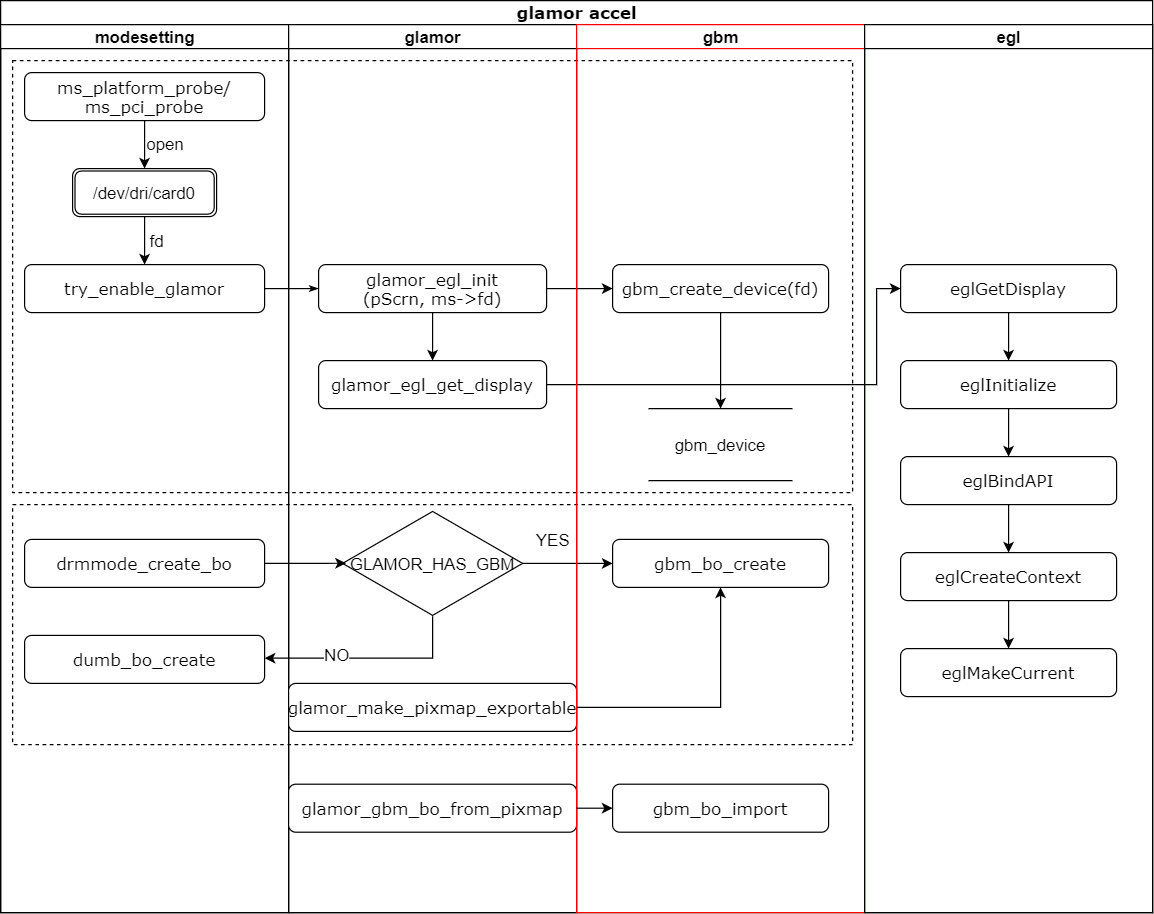
Before: source/_posts/glamor/glamor_sequence.png, a diagram exported from draw.io (lucmann/lucmann.github.io). Source tidied: cells renumbered, new cells last; positions are measured from the earlier drawing's top-left corner, leaving out a move shared by most shapes. The source it was exported from:
```xml
<mxGraphModel>
  <root>
    <mxCell id="0" />
    <mxCell id="1" parent="0" />
    <mxCell id="2" style="rounded=0;whiteSpace=wrap;html=1;dashed=1;fontSize=14;" parent="1" vertex="1">
      <mxGeometry x="10" y="420" width="700" height="200" as="geometry" />
    </mxCell>
    <mxCell id="3" style="rounded=0;whiteSpace=wrap;html=1;fontSize=14;dashed=1;" parent="1" vertex="1">
      <mxGeometry x="10" y="50" width="700" height="360" as="geometry" />
    </mxCell>
    <mxCell id="4" value="&lt;font style=&quot;font-size: 14px;&quot;&gt;glamor accel&lt;/font&gt;" style="swimlane;html=1;startSize=20;rounded=0;shadow=0;labelBackgroundColor=none;strokeWidth=1;fontFamily=Verdana;fontSize=14;align=center;" parent="1" vertex="1">
      <mxGeometry width="960" height="760" as="geometry" />
    </mxCell>
    <mxCell id="5" value="&lt;font style=&quot;font-size: 14px;&quot;&gt;modesetting&lt;/font&gt;" style="swimlane;html=1;startSize=20;fontSize=14;" parent="4" vertex="1">
      <mxGeometry y="20" width="240" height="740" as="geometry" />
    </mxCell>
    <mxCell id="6" value="&lt;font style=&quot;font-size: 14px;&quot;&gt;try_enable_glamor&lt;/font&gt;" style="rounded=1;whiteSpace=wrap;html=1;shadow=0;labelBackgroundColor=none;strokeWidth=1;fontFamily=Verdana;fontSize=14;align=center;" parent="5" vertex="1">
      <mxGeometry x="20" y="200" width="200" height="40" as="geometry" />
    </mxCell>
    <mxCell id="7" value="drmmode_create_bo" style="rounded=1;whiteSpace=wrap;html=1;shadow=0;labelBackgroundColor=none;strokeWidth=1;fontFamily=Verdana;fontSize=14;align=center;" parent="5" vertex="1">
      <mxGeometry x="20" y="429" width="200" height="40" as="geometry" />
    </mxCell>
    <mxCell id="8" value="dumb_bo_create" style="rounded=1;whiteSpace=wrap;html=1;shadow=0;labelBackgroundColor=none;strokeWidth=1;fontFamily=Verdana;fontSize=14;align=center;" parent="5" vertex="1">
      <mxGeometry x="20" y="509" width="200" height="40" as="geometry" />
    </mxCell>
    <mxCell id="9" style="edgeStyle=orthogonalEdgeStyle;rounded=0;jettySize=auto;html=1;exitX=0.5;exitY=1;exitDx=0;exitDy=0;entryX=0.5;entryY=0;entryDx=0;entryDy=0;fontSize=14;" parent="5" edge="1" source="10" target="12">
      <mxGeometry relative="1" as="geometry">
        <Array as="points">
          <mxPoint x="120" y="100" />
          <mxPoint x="120" y="100" />
        </Array>
      </mxGeometry>
    </mxCell>
    <mxCell id="10" value="&lt;font style=&quot;font-size: 14px&quot;&gt;ms_platform_probe/&lt;br&gt;ms_pci_probe&lt;br&gt;&lt;/font&gt;" style="rounded=1;whiteSpace=wrap;html=1;shadow=0;labelBackgroundColor=none;strokeWidth=1;fontFamily=Verdana;fontSize=14;align=center;" parent="5" vertex="1">
      <mxGeometry x="20" y="40" width="200" height="40" as="geometry" />
    </mxCell>
    <mxCell id="11" style="edgeStyle=orthogonalEdgeStyle;rounded=0;jettySize=auto;html=1;exitX=0.5;exitY=1;exitDx=0;exitDy=0;entryX=0.5;entryY=0;entryDx=0;entryDy=0;fontSize=14;" parent="5" edge="1" source="12" target="6">
      <mxGeometry relative="1" as="geometry">
        <Array as="points">
          <mxPoint x="120" y="180" />
          <mxPoint x="120" y="180" />
        </Array>
      </mxGeometry>
    </mxCell>
    <mxCell id="12" value="/dev/dri/card0" style="shape=ext;double=1;rounded=1;whiteSpace=wrap;html=1;fontSize=14;" parent="5" vertex="1">
      <mxGeometry x="60" y="120" width="120" height="40" as="geometry" />
    </mxCell>
    <mxCell id="13" value="open" style="text;html=1;align=center;verticalAlign=middle;fontSize=14;" parent="5" vertex="1">
      <mxGeometry x="112" y="89" width="50" height="20" as="geometry" />
    </mxCell>
    <mxCell id="14" value="&lt;font style=&quot;font-size: 14px&quot;&gt;glamor&lt;/font&gt;" style="swimlane;html=1;startSize=20;fontSize=14;" parent="4" vertex="1">
      <mxGeometry x="240" y="20" width="240" height="740" as="geometry" />
    </mxCell>
    <mxCell id="15" style="edgeStyle=orthogonalEdgeStyle;rounded=0;jettySize=auto;html=1;exitX=0.5;exitY=1;exitDx=0;exitDy=0;entryX=0.5;entryY=0;entryDx=0;entryDy=0;fontSize=14;" parent="14" edge="1" source="16" target="17">
      <mxGeometry relative="1" as="geometry" />
    </mxCell>
    <mxCell id="16" value="glamor_egl_init&lt;br&gt;(pScrn, ms-&amp;gt;fd)" style="rounded=1;whiteSpace=wrap;html=1;shadow=0;labelBackgroundColor=none;strokeWidth=1;fontFamily=Verdana;fontSize=14;align=center;" parent="14" vertex="1">
      <mxGeometry x="25" y="200" width="190" height="40" as="geometry" />
    </mxCell>
    <mxCell id="17" value="glamor_egl_get_display" style="rounded=1;whiteSpace=wrap;html=1;shadow=0;labelBackgroundColor=none;strokeWidth=1;fontFamily=Verdana;fontSize=14;align=center;" parent="14" vertex="1">
      <mxGeometry x="25" y="280" width="190" height="40" as="geometry" />
    </mxCell>
    <mxCell id="18" value="GLAMOR_HAS_GBM" style="html=1;whiteSpace=wrap;shape=isoRectangle;fontSize=14;" parent="14" vertex="1">
      <mxGeometry x="45" y="404" width="150" height="90" as="geometry" />
    </mxCell>
    <mxCell id="19" value="YES" style="text;html=1;align=center;verticalAlign=middle;fontSize=14;" parent="14" vertex="1">
      <mxGeometry x="200" y="419" width="40" height="20" as="geometry" />
    </mxCell>
    <mxCell id="20" value="glamor_make_pixmap_exportable" style="rounded=1;whiteSpace=wrap;html=1;shadow=0;labelBackgroundColor=none;strokeWidth=1;fontFamily=Verdana;fontSize=14;align=center;" parent="14" vertex="1">
      <mxGeometry y="549" width="240" height="40" as="geometry" />
    </mxCell>
    <mxCell id="21" value="glamor_gbm_bo_from_pixmap" style="rounded=1;whiteSpace=wrap;html=1;shadow=0;labelBackgroundColor=none;strokeWidth=1;fontFamily=Verdana;fontSize=14;align=center;" parent="14" vertex="1">
      <mxGeometry y="633" width="240" height="40" as="geometry" />
    </mxCell>
    <mxCell id="22" style="edgeStyle=orthogonalEdgeStyle;rounded=1;html=1;labelBackgroundColor=none;startArrow=none;startFill=0;startSize=5;endArrow=classicThin;endFill=1;endSize=5;jettySize=auto;strokeWidth=1;fontFamily=Verdana;fontSize=14;" parent="4" edge="1" source="6" target="16">
      <mxGeometry relative="1" as="geometry" />
    </mxCell>
    <mxCell id="23" style="edgeStyle=orthogonalEdgeStyle;rounded=0;jettySize=auto;html=1;exitX=1;exitY=0.5;exitDx=0;exitDy=0;entryX=0;entryY=0.5;entryDx=0;entryDy=0;fontSize=14;" parent="4" edge="1" source="16" target="32">
      <mxGeometry relative="1" as="geometry" />
    </mxCell>
    <mxCell id="24" style="edgeStyle=orthogonalEdgeStyle;rounded=0;jettySize=auto;html=1;exitX=1;exitY=0.5;exitDx=0;exitDy=0;entryX=0;entryY=0.5;entryDx=0;entryDy=0;fontSize=14;" parent="4" edge="1" source="17" target="38">
      <mxGeometry relative="1" as="geometry">
        <Array as="points">
          <mxPoint x="730" y="320" />
          <mxPoint x="730" y="240" />
        </Array>
      </mxGeometry>
    </mxCell>
    <mxCell id="25" style="edgeStyle=orthogonalEdgeStyle;rounded=0;jettySize=auto;html=1;entryX=0.019;entryY=0.498;entryDx=0;entryDy=0;entryPerimeter=0;fontSize=14;" parent="4" edge="1" source="7" target="18">
      <mxGeometry relative="1" as="geometry">
        <Array as="points">
          <mxPoint x="270" y="469" />
          <mxPoint x="270" y="469" />
        </Array>
      </mxGeometry>
    </mxCell>
    <mxCell id="26" style="edgeStyle=orthogonalEdgeStyle;rounded=0;jettySize=auto;html=1;entryX=0;entryY=0.5;entryDx=0;entryDy=0;fontSize=14;" parent="4" edge="1" source="18" target="34">
      <mxGeometry relative="1" as="geometry" />
    </mxCell>
    <mxCell id="27" style="edgeStyle=orthogonalEdgeStyle;rounded=0;orthogonalLoop=1;jettySize=auto;html=1;entryX=1;entryY=0.5;entryDx=0;entryDy=0;fontSize=14;" parent="4" edge="1">
      <mxGeometry relative="1" as="geometry">
        <mxPoint x="360" y="513" as="sourcePoint" />
        <mxPoint x="220" y="548" as="targetPoint" />
        <Array as="points">
          <mxPoint x="360" y="548" />
        </Array>
      </mxGeometry>
    </mxCell>
    <mxCell id="28" value="NO" style="edgeLabel;html=1;align=center;verticalAlign=middle;fontSize=14;" parent="27" vertex="1">
      <mxGeometry x="0.33" y="-4" relative="1" as="geometry" />
    </mxCell>
    <mxCell id="29" style="edgeStyle=orthogonalEdgeStyle;rounded=0;jettySize=auto;html=1;entryX=0.5;entryY=1;entryDx=0;entryDy=0;fontSize=14;" parent="4" edge="1" source="20" target="34">
      <mxGeometry relative="1" as="geometry" />
    </mxCell>
    <mxCell id="30" value="&lt;font style=&quot;font-size: 14px&quot;&gt;gbm&lt;/font&gt;" style="swimlane;html=1;startSize=20;fontSize=14;strokeColor=#FF0000;" parent="4" vertex="1">
      <mxGeometry x="480" y="20" width="240" height="740" as="geometry" />
    </mxCell>
    <mxCell id="31" style="edgeStyle=orthogonalEdgeStyle;rounded=0;jettySize=auto;html=1;exitX=0.5;exitY=1;exitDx=0;exitDy=0;entryX=0.5;entryY=0;entryDx=0;entryDy=0;fontSize=14;" parent="30" edge="1" source="32" target="33">
      <mxGeometry relative="1" as="geometry" />
    </mxCell>
    <mxCell id="32" value="gbm_create_device(fd)" style="rounded=1;whiteSpace=wrap;html=1;shadow=0;labelBackgroundColor=none;strokeWidth=1;fontFamily=Verdana;fontSize=14;align=center;" parent="30" vertex="1">
      <mxGeometry x="30" y="200" width="180" height="40" as="geometry" />
    </mxCell>
    <mxCell id="33" value="gbm_device" style="shape=partialRectangle;whiteSpace=wrap;html=1;left=0;right=0;fillColor=none;fontSize=14;" parent="30" vertex="1">
      <mxGeometry x="60" y="320" width="120" height="60" as="geometry" />
    </mxCell>
    <mxCell id="34" value="gbm_bo_create" style="rounded=1;whiteSpace=wrap;html=1;shadow=0;labelBackgroundColor=none;strokeWidth=1;fontFamily=Verdana;fontSize=14;align=center;" parent="30" vertex="1">
      <mxGeometry x="30" y="429" width="180" height="40" as="geometry" />
    </mxCell>
    <mxCell id="35" value="gbm_bo_import" style="rounded=1;whiteSpace=wrap;html=1;shadow=0;labelBackgroundColor=none;strokeWidth=1;fontFamily=Verdana;fontSize=14;align=center;" parent="30" vertex="1">
      <mxGeometry x="30" y="633" width="180" height="40" as="geometry" />
    </mxCell>
    <mxCell id="36" value="egl" style="swimlane;html=1;startSize=20;fontSize=14;" parent="4" vertex="1">
      <mxGeometry x="720" y="20" width="240" height="740" as="geometry" />
    </mxCell>
    <mxCell id="37" style="edgeStyle=orthogonalEdgeStyle;rounded=0;jettySize=auto;html=1;exitX=0.5;exitY=1;exitDx=0;exitDy=0;entryX=0.5;entryY=0;entryDx=0;entryDy=0;fontSize=14;" parent="36" edge="1" source="38" target="40">
      <mxGeometry relative="1" as="geometry" />
    </mxCell>
    <mxCell id="38" value="eglGetDisplay" style="rounded=1;whiteSpace=wrap;html=1;shadow=0;labelBackgroundColor=none;strokeWidth=1;fontFamily=Verdana;fontSize=14;align=center;" parent="36" vertex="1">
      <mxGeometry x="30" y="200" width="180" height="40" as="geometry" />
    </mxCell>
    <mxCell id="39" style="edgeStyle=orthogonalEdgeStyle;rounded=0;jettySize=auto;html=1;exitX=0.5;exitY=1;exitDx=0;exitDy=0;entryX=0.5;entryY=0;entryDx=0;entryDy=0;fontSize=14;" parent="36" edge="1" source="40" target="42">
      <mxGeometry relative="1" as="geometry" />
    </mxCell>
    <mxCell id="40" value="eglInitialize" style="rounded=1;whiteSpace=wrap;html=1;shadow=0;labelBackgroundColor=none;strokeWidth=1;fontFamily=Verdana;fontSize=14;align=center;" parent="36" vertex="1">
      <mxGeometry x="30" y="280" width="180" height="40" as="geometry" />
    </mxCell>
    <mxCell id="41" style="edgeStyle=orthogonalEdgeStyle;rounded=0;jettySize=auto;html=1;exitX=0.5;exitY=1;exitDx=0;exitDy=0;entryX=0.5;entryY=0;entryDx=0;entryDy=0;fontSize=14;" parent="36" edge="1" source="42" target="44">
      <mxGeometry relative="1" as="geometry" />
    </mxCell>
    <mxCell id="42" value="eglBindAPI" style="rounded=1;whiteSpace=wrap;html=1;shadow=0;labelBackgroundColor=none;strokeWidth=1;fontFamily=Verdana;fontSize=14;align=center;" parent="36" vertex="1">
      <mxGeometry x="30" y="360" width="180" height="40" as="geometry" />
    </mxCell>
    <mxCell id="43" style="edgeStyle=orthogonalEdgeStyle;rounded=0;jettySize=auto;html=1;exitX=0.5;exitY=1;exitDx=0;exitDy=0;entryX=0.5;entryY=0;entryDx=0;entryDy=0;fontSize=14;" parent="36" edge="1" source="44" target="45">
      <mxGeometry relative="1" as="geometry" />
    </mxCell>
    <mxCell id="44" value="eglCreateContext" style="rounded=1;whiteSpace=wrap;html=1;shadow=0;labelBackgroundColor=none;strokeWidth=1;fontFamily=Verdana;fontSize=14;align=center;" parent="36" vertex="1">
      <mxGeometry x="30" y="440" width="180" height="40" as="geometry" />
    </mxCell>
    <mxCell id="45" value="eglMakeCurrent" style="rounded=1;whiteSpace=wrap;html=1;shadow=0;labelBackgroundColor=none;strokeWidth=1;fontFamily=Verdana;fontSize=14;align=center;" parent="36" vertex="1">
      <mxGeometry x="30" y="520" width="180" height="40" as="geometry" />
    </mxCell>
    <mxCell id="46" style="edgeStyle=orthogonalEdgeStyle;rounded=0;jettySize=auto;html=1;exitX=1;exitY=0.5;exitDx=0;exitDy=0;entryX=0;entryY=0.5;entryDx=0;entryDy=0;fontSize=14;" parent="4" edge="1" source="21" target="35">
      <mxGeometry relative="1" as="geometry" />
    </mxCell>
    <mxCell id="47" value="fd" style="text;html=1;align=center;verticalAlign=middle;fontSize=14;" parent="1" vertex="1">
      <mxGeometry x="115" y="190" width="30" height="20" as="geometry" />
    </mxCell>
  </root>
</mxGraphModel>
```
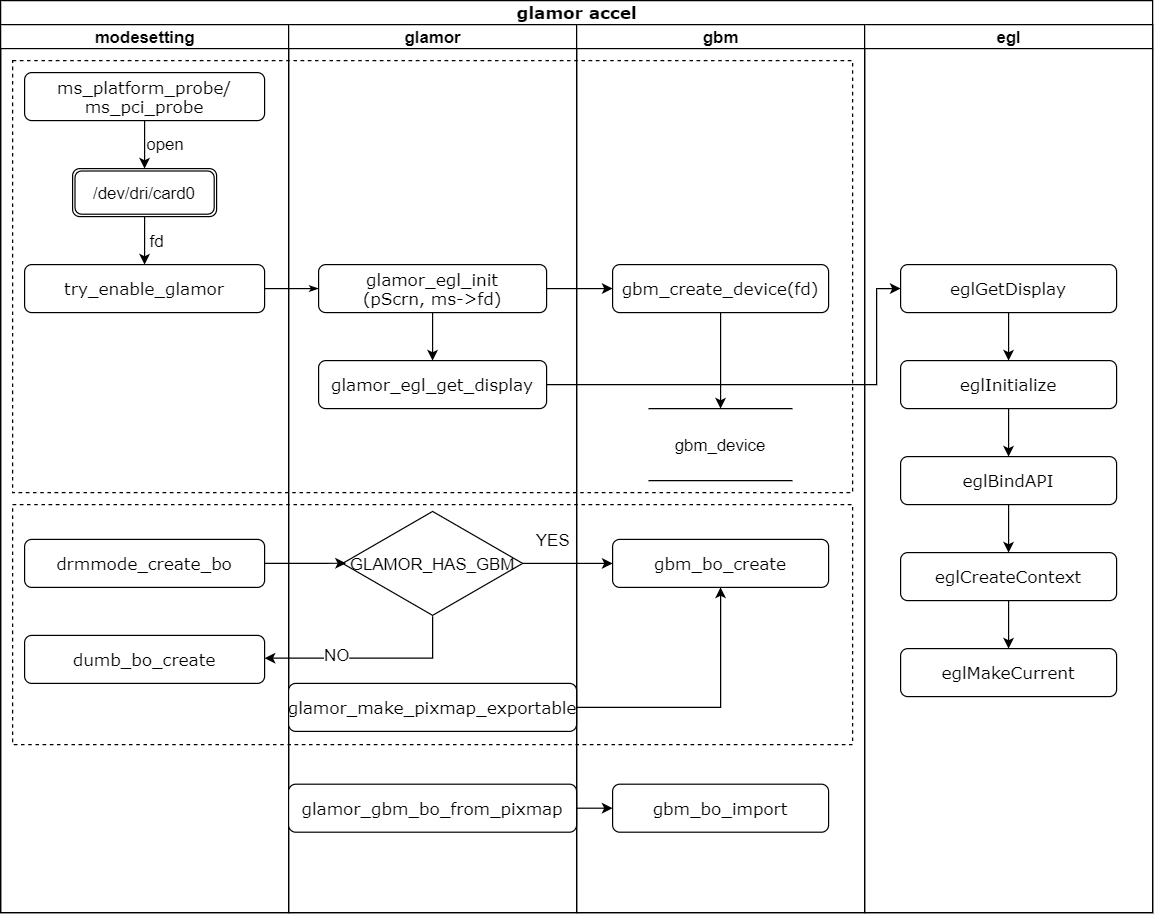
Above is the later version.

Commit message:
fix: glamor sequence

Change to the diagram source:
```diff
@@ -112,7 +112,7 @@
     <mxCell id="29" style="edgeStyle=orthogonalEdgeStyle;rounded=0;jettySize=auto;html=1;entryX=0.5;entryY=1;entryDx=0;entryDy=0;fontSize=14;" parent="4" edge="1" source="20" target="34">
       <mxGeometry relative="1" as="geometry" />
     </mxCell>
-    <mxCell id="30" value="&lt;font style=&quot;font-size: 14px&quot;&gt;gbm&lt;/font&gt;" style="swimlane;html=1;startSize=20;fontSize=14;strokeColor=#FF0000;" parent="4" vertex="1">
+    <mxCell id="30" value="&lt;font style=&quot;font-size: 14px&quot;&gt;gbm&lt;/font&gt;" style="swimlane;html=1;startSize=20;fontSize=14;" parent="4" vertex="1">
       <mxGeometry x="480" y="20" width="240" height="740" as="geometry" />
     </mxCell>
     <mxCell id="31" style="edgeStyle=orthogonalEdgeStyle;rounded=0;jettySize=auto;html=1;exitX=0.5;exitY=1;exitDx=0;exitDy=0;entryX=0.5;entryY=0;entryDx=0;entryDy=0;fontSize=14;" parent="30" edge="1" source="32" target="33">
```
